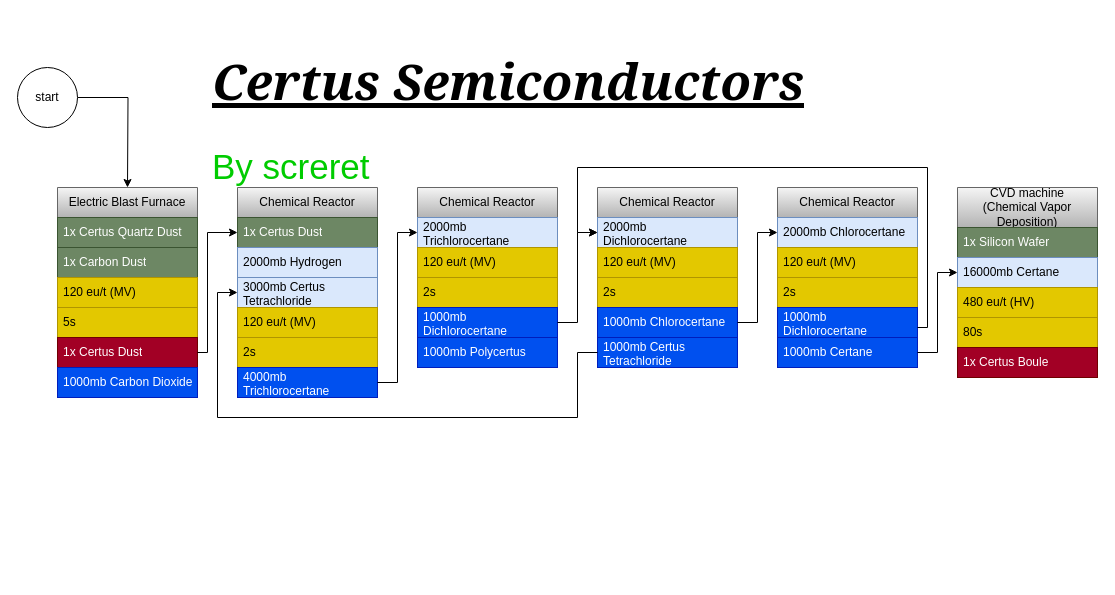
Earlier version of the draw.io diagram certus_semiconductors.drawio (AllTheMods/Gravitas2). Source tidied: cells renumbered, new cells numbered last; positions are measured from the earlier drawing's top-left corner, leaving out a move shared by most shapes. Both pictures are drawn from the tidied source at 100%, with x=0, y=0 at pixel (17, 27).
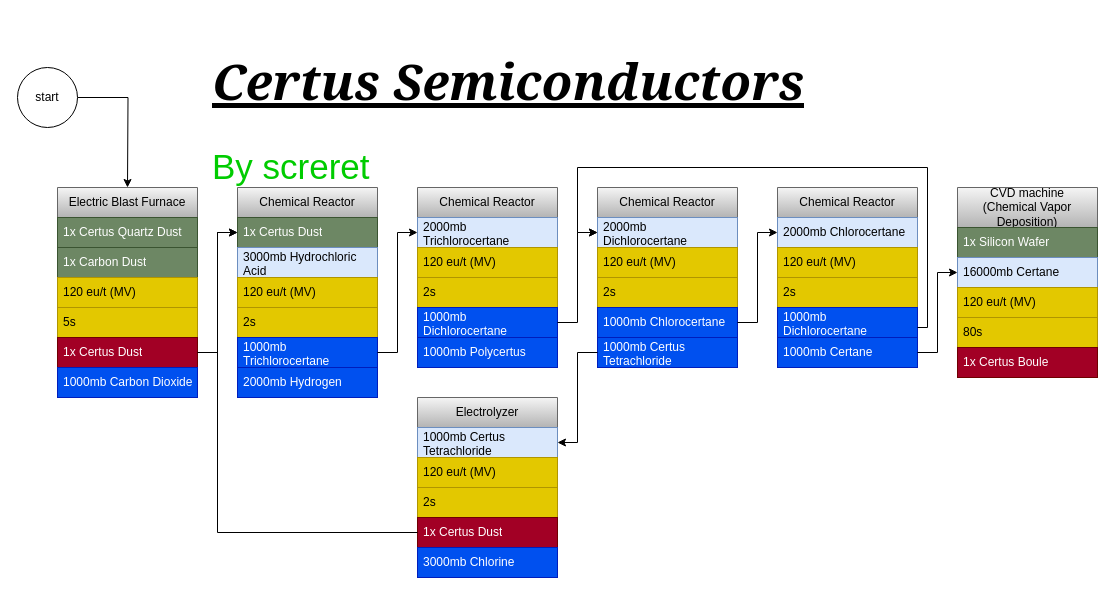
After the change.

The change refers to these unchanged cells:
```xml
<mxCell id="7" value="1x Certus Dust" style="text;strokeColor=#6F0000;fillColor=#a20025;align=left;verticalAlign=middle;spacingLeft=4;spacingRight=4;overflow=hidden;points=[[0,0.5],[1,0.5]];portConstraint=eastwest;whiteSpace=wrap;html=1;fontColor=#ffffff;" parent="2" vertex="1">
  <mxGeometry y="150" width="140" height="30" as="geometry" />
</mxCell>
<mxCell id="14" value="Chemical Reactor" style="swimlane;fontStyle=0;horizontal=1;startSize=30;whiteSpace=wrap;html=1;fillColor=#f5f5f5;gradientColor=#b3b3b3;strokeColor=#666666;" parent="1" vertex="1">
  <mxGeometry x="220" y="160" width="140" height="210" as="geometry" />
</mxCell>
<mxCell id="15" value="1x Certus Dust" style="text;strokeColor=#3A5431;fillColor=#6d8764;align=left;verticalAlign=middle;spacingLeft=4;spacingRight=4;overflow=hidden;points=[[0,0.5],[1,0.5]];portConstraint=eastwest;whiteSpace=wrap;html=1;fontColor=#ffffff;" parent="14" vertex="1">
  <mxGeometry y="30" width="140" height="30" as="geometry" />
</mxCell>
<mxCell id="34" value="1000mb Certus Tetrachloride" style="text;strokeColor=#001DBC;fillColor=#0050ef;align=left;verticalAlign=middle;spacingLeft=4;spacingRight=4;overflow=hidden;points=[[0,0.5],[1,0.5]];portConstraint=eastwest;whiteSpace=wrap;html=1;fontColor=#ffffff;" parent="29" vertex="1">
  <mxGeometry y="150" width="140" height="30" as="geometry" />
</mxCell>
<mxCell id="45" value="CVD machine&lt;br&gt;(Chemical Vapor Deposition)" style="swimlane;fontStyle=0;horizontal=1;startSize=40;whiteSpace=wrap;html=1;fillColor=#f5f5f5;gradientColor=#b3b3b3;strokeColor=#666666;" parent="1" vertex="1">
  <mxGeometry x="940" y="160" width="140" height="190" as="geometry" />
</mxCell>
```

What changed in the source:
```diff
@@
     <mxCell id="11" style="edgeStyle=orthogonalEdgeStyle;rounded=0;orthogonalLoop=1;jettySize=auto;html=1;" parent="1" edge="1">
       <mxGeometry relative="1" as="geometry">
-        <mxPoint x="410" y="520" as="sourcePoint" />
+        <mxPoint x="410" y="500" as="sourcePoint" />
         <Array as="points">
-          <mxPoint x="500" y="625" />
-          <mxPoint x="500" y="550" />
+          <mxPoint x="500" y="605" />
+          <mxPoint x="500" y="530" />
         </Array>
       </mxGeometry>
     </mxCell>
     <mxCell id="12" style="edgeStyle=orthogonalEdgeStyle;rounded=0;orthogonalLoop=1;jettySize=auto;html=1;entryX=0;entryY=0.5;entryDx=0;entryDy=0;" parent="1" edge="1">
       <mxGeometry relative="1" as="geometry">
-        <mxPoint x="1110" y="470" as="targetPoint" />
+        <mxPoint x="1110" y="450" as="targetPoint" />
         <Array as="points">
-          <mxPoint x="1450" y="555" />
-          <mxPoint x="1450" y="630" />
-          <mxPoint x="1090" y="630" />
-          <mxPoint x="1090" y="470" />
+          <mxPoint x="1450" y="535" />
+          <mxPoint x="1450" y="610" />
+          <mxPoint x="1090" y="610" />
+          <mxPoint x="1090" y="450" />
         </Array>
       </mxGeometry>
     </mxCell>
@@
-    <mxCell id="16" value="2000mb Hydrogen" style="text;strokeColor=#6c8ebf;fillColor=#dae8fc;align=left;verticalAlign=middle;spacingLeft=4;spacingRight=4;overflow=hidden;whiteSpace=wrap;html=1;" parent="14" vertex="1">
-      <mxGeometry y="60" width="140" height="30" as="geometry" />
-    </mxCell>
-    <mxCell id="17" value="3000mb Certus Tetrachloride" style="text;strokeColor=#6c8ebf;fillColor=#dae8fc;align=left;verticalAlign=middle;spacingLeft=4;spacingRight=4;overflow=hidden;points=[[0,0.5],[1,0.5]];portConstraint=eastwest;whiteSpace=wrap;html=1;" parent="14" vertex="1">
-      <mxGeometry y="90" width="140" height="30" as="geometry" />
+    <mxCell id="17" value="3000mb Hydrochloric Acid" style="text;strokeColor=#6c8ebf;fillColor=#dae8fc;align=left;verticalAlign=middle;spacingLeft=4;spacingRight=4;overflow=hidden;points=[[0,0.5],[1,0.5]];portConstraint=eastwest;whiteSpace=wrap;html=1;" parent="14" vertex="1">
+      <mxGeometry y="60" width="140" height="30" as="geometry" />
     </mxCell>
     <mxCell id="18" value="120 eu/t (MV)" style="text;strokeColor=#B09500;fillColor=#e3c800;align=left;verticalAlign=middle;spacingLeft=4;spacingRight=4;overflow=hidden;whiteSpace=wrap;html=1;fontColor=#000000;" parent="14" vertex="1">
-      <mxGeometry y="120" width="140" height="30" as="geometry" />
+      <mxGeometry y="90" width="140" height="30" as="geometry" />
     </mxCell>
     <mxCell id="19" value="2s" style="text;strokeColor=#B09500;fillColor=#e3c800;align=left;verticalAlign=middle;spacingLeft=4;spacingRight=4;overflow=hidden;whiteSpace=wrap;html=1;fontColor=#000000;" parent="14" vertex="1">
-      <mxGeometry y="150" width="140" height="30" as="geometry" />
+      <mxGeometry y="120" width="140" height="30" as="geometry" />
     </mxCell>
-    <mxCell id="20" value="4000mb Trichlorocertane" style="text;strokeColor=#001DBC;fillColor=#0050ef;align=left;verticalAlign=middle;spacingLeft=4;spacingRight=4;overflow=hidden;points=[[0,0.5],[1,0.5]];portConstraint=eastwest;whiteSpace=wrap;html=1;fontColor=#ffffff;" parent="14" vertex="1">
-      <mxGeometry y="180" width="140" height="30" as="geometry" />
+    <mxCell id="20" value="1000mb Trichlorocertane" style="text;strokeColor=#001DBC;fillColor=#0050ef;align=left;verticalAlign=middle;spacingLeft=4;spacingRight=4;overflow=hidden;points=[[0,0.5],[1,0.5]];portConstraint=eastwest;whiteSpace=wrap;html=1;fontColor=#ffffff;" parent="14" vertex="1">
+      <mxGeometry y="150" width="140" height="30" as="geometry" />
     </mxCell>
+    <mxCell id="16" value="2000mb Hydrogen" style="text;strokeColor=#001DBC;fillColor=#0050ef;align=left;verticalAlign=middle;spacingLeft=4;spacingRight=4;overflow=hidden;whiteSpace=wrap;html=1;fontColor=#ffffff;" parent="14" vertex="1">
+      <mxGeometry y="180" width="140" height="30" as="geometry" />
+    </mxCell>
     <mxCell id="21" style="edgeStyle=orthogonalEdgeStyle;rounded=0;jettySize=auto;html=1;entryX=0;entryY=0.5;entryDx=0;entryDy=0;" parent="1" edge="1" source="7" target="15">
       <mxGeometry relative="1" as="geometry">
         <Array as="points">
-          <mxPoint x="190" y="325" />
-          <mxPoint x="190" y="205" />
+          <mxPoint x="200" y="325" />
+          <mxPoint x="200" y="205" />
         </Array>
       </mxGeometry>
     </mxCell>
@@
-    <mxCell id="36" style="edgeStyle=orthogonalEdgeStyle;rounded=0;jettySize=auto;html=1;entryX=0;entryY=0.5;entryDx=0;entryDy=0;" parent="1" edge="1" source="34" target="17">
-      <mxGeometry relative="1" as="geometry">
-        <Array as="points">
-          <mxPoint x="560" y="325" />
-          <mxPoint x="560" y="390" />
-          <mxPoint x="200" y="390" />
-          <mxPoint x="200" y="265" />
-        </Array>
-      </mxGeometry>
-    </mxCell>
@@
-    <mxCell id="48" value="480 eu/t (HV)" style="text;strokeColor=#B09500;fillColor=#e3c800;align=left;verticalAlign=middle;spacingLeft=4;spacingRight=4;overflow=hidden;whiteSpace=wrap;html=1;fontColor=#000000;" parent="45" vertex="1">
+    <mxCell id="48" value="120 eu/t (MV)" style="text;strokeColor=#B09500;fillColor=#e3c800;align=left;verticalAlign=middle;spacingLeft=4;spacingRight=4;overflow=hidden;whiteSpace=wrap;html=1;fontColor=#000000;" parent="45" vertex="1">
       <mxGeometry y="100" width="140" height="30" as="geometry" />
     </mxCell>
@@
+    <mxCell id="52" value="Electrolyzer" style="swimlane;fontStyle=0;horizontal=1;startSize=30;whiteSpace=wrap;html=1;fillColor=#f5f5f5;gradientColor=#b3b3b3;strokeColor=#666666;" parent="1" vertex="1">
+      <mxGeometry x="400" y="370" width="140" height="180" as="geometry" />
+    </mxCell>
+    <mxCell id="53" value="1000mb Certus Tetrachloride" style="text;strokeColor=#6c8ebf;fillColor=#dae8fc;align=left;verticalAlign=middle;spacingLeft=4;spacingRight=4;overflow=hidden;points=[[0,0.5],[1,0.5]];portConstraint=eastwest;whiteSpace=wrap;html=1;" parent="52" vertex="1">
+      <mxGeometry y="30" width="140" height="30" as="geometry" />
+    </mxCell>
+    <mxCell id="54" value="120 eu/t (MV)" style="text;strokeColor=#B09500;fillColor=#e3c800;align=left;verticalAlign=middle;spacingLeft=4;spacingRight=4;overflow=hidden;whiteSpace=wrap;html=1;fontColor=#000000;" parent="52" vertex="1">
+      <mxGeometry y="60" width="140" height="30" as="geometry" />
+    </mxCell>
+    <mxCell id="55" value="2s" style="text;strokeColor=#B09500;fillColor=#e3c800;align=left;verticalAlign=middle;spacingLeft=4;spacingRight=4;overflow=hidden;whiteSpace=wrap;html=1;fontColor=#000000;" parent="52" vertex="1">
+      <mxGeometry y="90" width="140" height="30" as="geometry" />
+    </mxCell>
+    <mxCell id="56" value="1x Certus Dust" style="text;strokeColor=#6F0000;fillColor=#a20025;align=left;verticalAlign=middle;spacingLeft=4;spacingRight=4;overflow=hidden;points=[[0,0.5],[1,0.5]];portConstraint=eastwest;whiteSpace=wrap;html=1;fontColor=#ffffff;" parent="52" vertex="1">
+      <mxGeometry y="120" width="140" height="30" as="geometry" />
+    </mxCell>
+    <mxCell id="57" value="3000mb Chlorine" style="text;strokeColor=#001DBC;fillColor=#0050ef;align=left;verticalAlign=middle;spacingLeft=4;spacingRight=4;overflow=hidden;whiteSpace=wrap;html=1;fontColor=#ffffff;" parent="52" vertex="1">
+      <mxGeometry y="150" width="140" height="30" as="geometry" />
+    </mxCell>
+    <mxCell id="58" style="edgeStyle=orthogonalEdgeStyle;rounded=0;jettySize=auto;html=1;entryX=1;entryY=0.5;entryDx=0;entryDy=0;" parent="1" edge="1" source="34" target="53">
+      <mxGeometry relative="1" as="geometry" />
+    </mxCell>
+    <mxCell id="59" style="edgeStyle=orthogonalEdgeStyle;rounded=0;jettySize=auto;html=1;entryX=0;entryY=0.5;entryDx=0;entryDy=0;" parent="1" edge="1" source="56" target="15">
+      <mxGeometry relative="1" as="geometry">
+        <Array as="points">
+          <mxPoint x="200" y="505" />
+          <mxPoint x="200" y="205" />
+        </Array>
+      </mxGeometry>
+    </mxCell>
```
